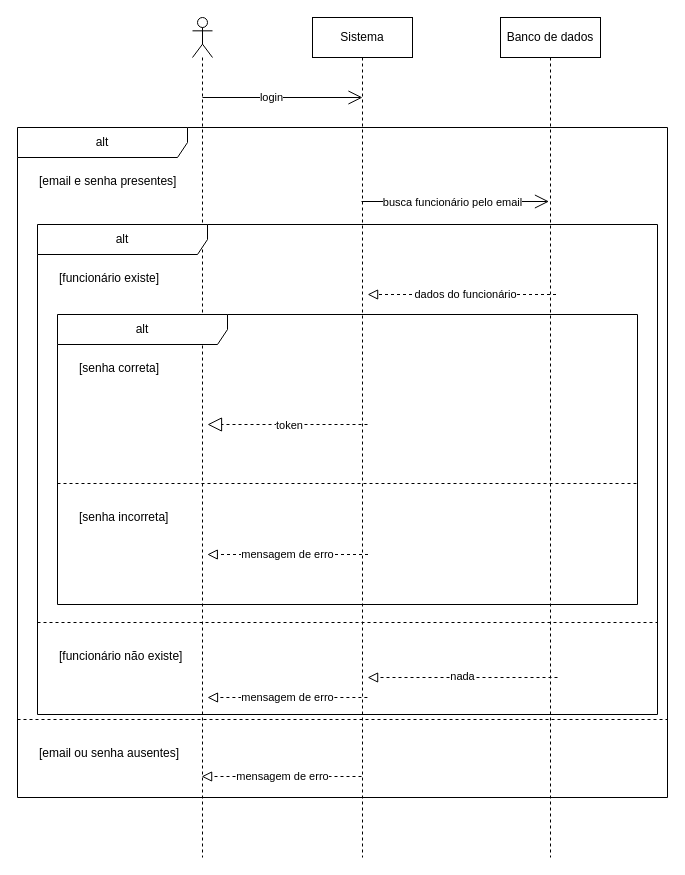
The draw.io diagram page "Login" (1 of 7) of diagramas/sequencias.drawio in Marco-Veio/sistema-de-gestao-escolar-modelagem, before the edit. Source tidied: cells renumbered, new cells numbered last; positions are measured from the earlier drawing's top-left corner, leaving out a move shared by most shapes. Both pictures are drawn from the tidied source at 100%, with x=0, y=0 at pixel (17, 17).
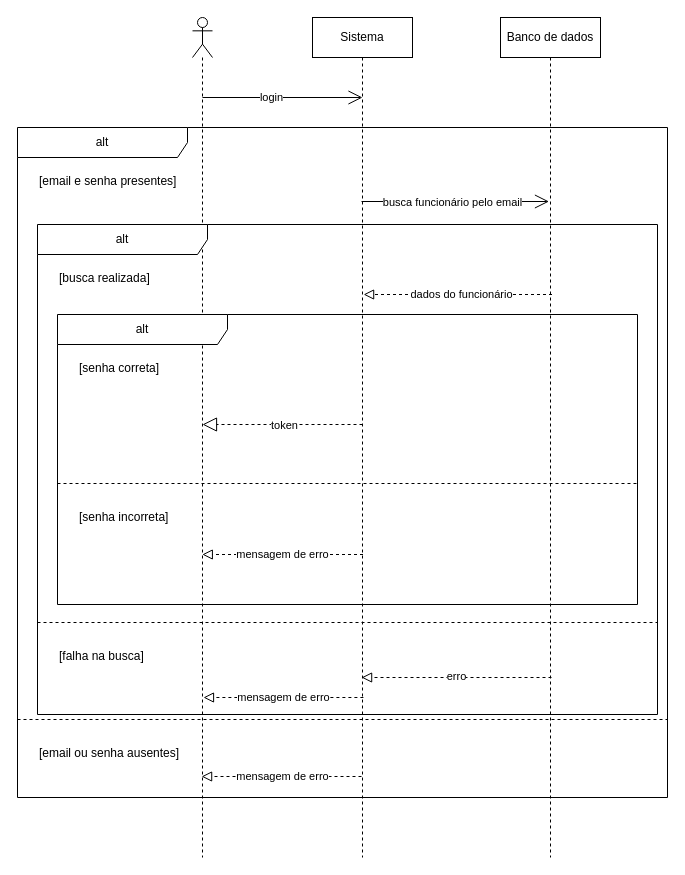
After the change.

Unchanged cells that the change refers to:
```xml
<mxCell id="14" value="alt" style="shape=umlFrame;whiteSpace=wrap;html=1;width=170;" parent="7" vertex="1">
  <mxGeometry x="20" y="97" width="620" height="490" as="geometry" />
</mxCell>
<mxCell id="23" value="alt" style="shape=umlFrame;whiteSpace=wrap;html=1;width=170;" parent="14" vertex="1">
  <mxGeometry x="20" y="90" width="580" height="290" as="geometry" />
</mxCell>
```

Diff of the diagram source:
```diff
@@
-    <mxCell id="15" value="[funcionário existe]" style="text;html=1;" parent="14" vertex="1">
+    <mxCell id="15" value="[busca realizada]" style="text;html=1;" parent="14" vertex="1">
       <mxGeometry width="100" height="20" relative="1" as="geometry">
         <mxPoint x="20" y="40" as="offset" />
       </mxGeometry>
     </mxCell>
-    <mxCell id="16" value="[funcionário não existe]" style="line;strokeWidth=1;dashed=1;labelPosition=center;verticalLabelPosition=bottom;align=left;verticalAlign=top;spacingLeft=20;spacingTop=15;html=1;whiteSpace=wrap;" parent="14" vertex="1">
+    <mxCell id="16" value="[falha na busca]" style="line;strokeWidth=1;dashed=1;labelPosition=center;verticalLabelPosition=bottom;align=left;verticalAlign=top;spacingLeft=20;spacingTop=15;html=1;whiteSpace=wrap;" parent="14" vertex="1">
       <mxGeometry y="393" width="620" height="10" as="geometry" />
     </mxCell>
     <mxCell id="17" style="endArrow=block;startArrow=none;endFill=0;startFill=0;endSize=8;html=1;verticalAlign=bottom;dashed=1;labelBackgroundColor=none;" parent="14" edge="1">
       <mxGeometry relative="1" as="geometry">
-        <mxPoint x="520" y="453" as="sourcePoint" />
-        <mxPoint x="330.1" y="453" as="targetPoint" />
+        <mxPoint x="514" y="453" as="sourcePoint" />
+        <mxPoint x="324.1" y="453" as="targetPoint" />
       </mxGeometry>
     </mxCell>
-    <mxCell id="18" value="nada" style="edgeLabel;html=1;align=center;verticalAlign=middle;" parent="17" vertex="1">
+    <mxCell id="18" value="erro" style="edgeLabel;html=1;align=center;verticalAlign=middle;" parent="17" vertex="1">
       <mxGeometry x="0.28" y="-2" relative="1" as="geometry">
         <mxPoint x="26" as="offset" />
       </mxGeometry>
     </mxCell>
     <mxCell id="19" style="endArrow=block;startArrow=none;endFill=0;startFill=0;endSize=8;html=1;verticalAlign=bottom;dashed=1;labelBackgroundColor=none;" parent="14" edge="1">
       <mxGeometry relative="1" as="geometry">
-        <mxPoint x="329.9" y="473" as="sourcePoint" />
-        <mxPoint x="170" y="473" as="targetPoint" />
+        <mxPoint x="325.9" y="473" as="sourcePoint" />
+        <mxPoint x="166" y="473" as="targetPoint" />
       </mxGeometry>
     </mxCell>
@@
     <mxCell id="21" style="endArrow=block;startArrow=none;endFill=0;startFill=0;endSize=8;html=1;verticalAlign=bottom;dashed=1;labelBackgroundColor=none;" parent="14" edge="1">
       <mxGeometry relative="1" as="geometry">
-        <mxPoint x="518.5" y="70" as="sourcePoint" />
-        <mxPoint x="330.1" y="70" as="targetPoint" />
+        <mxPoint x="514.5" y="70" as="sourcePoint" />
+        <mxPoint x="326.1" y="70" as="targetPoint" />
       </mxGeometry>
     </mxCell>
@@
     <mxCell id="26" style="endArrow=block;startArrow=none;endFill=0;startFill=0;endSize=8;html=1;verticalAlign=bottom;dashed=1;labelBackgroundColor=none;" parent="23" edge="1">
       <mxGeometry relative="1" as="geometry">
-        <mxPoint x="310.5" y="240" as="sourcePoint" />
-        <mxPoint x="149.8" y="240" as="targetPoint" />
+        <mxPoint x="305.5" y="240" as="sourcePoint" />
+        <mxPoint x="144.8" y="240" as="targetPoint" />
       </mxGeometry>
     </mxCell>
@@
     <mxCell id="28" style="endArrow=block;dashed=1;endFill=0;endSize=12;html=1;" parent="23" edge="1">
       <mxGeometry relative="1" as="geometry">
-        <mxPoint x="310" y="110" as="sourcePoint" />
-        <mxPoint x="150" y="110" as="targetPoint" />
+        <mxPoint x="305" y="110" as="sourcePoint" />
+        <mxPoint x="145" y="110" as="targetPoint" />
       </mxGeometry>
     </mxCell>
```
